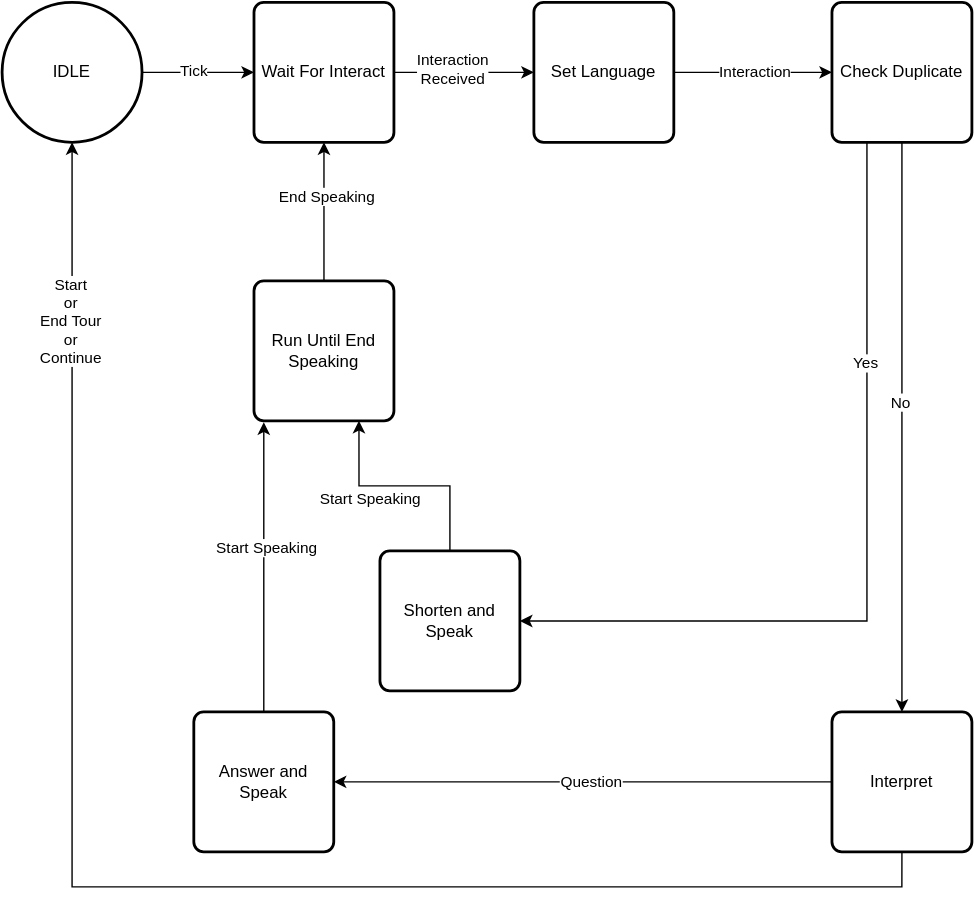
The draw.io diagram src/skills/dialog_skill/images/Dialog_pipeline.drawio.svg in convince-project/UC3, before a commit. Source tidied: cells renumbered, new cells last; positions are measured from the earlier drawing's top-left corner, leaving out a move shared by most shapes. Source of this version:
```xml
<mxGraphModel>
  <root>
    <mxCell id="0" />
    <mxCell id="1" parent="0" />
    <mxCell id="2" style="edgeStyle=orthogonalEdgeStyle;rounded=0;jettySize=auto;html=1;" parent="1" edge="1" source="4" target="7">
      <mxGeometry relative="1" as="geometry" />
    </mxCell>
    <mxCell id="3" value="Tick" style="edgeLabel;html=1;align=center;verticalAlign=middle;" parent="2" vertex="1">
      <mxGeometry x="-0.1" y="1" relative="1" as="geometry" />
    </mxCell>
    <mxCell id="4" value="IDLE" style="strokeWidth=2;html=1;shape=mxgraph.flowchart.start_2;whiteSpace=wrap;" parent="1" vertex="1">
      <mxGeometry width="100" height="100" as="geometry" />
    </mxCell>
    <mxCell id="5" style="edgeStyle=orthogonalEdgeStyle;rounded=0;jettySize=auto;html=1;" parent="1" edge="1" source="26" target="12">
      <mxGeometry relative="1" as="geometry" />
    </mxCell>
    <mxCell id="6" value="Interaction" style="edgeLabel;html=1;align=center;verticalAlign=middle;" parent="5" vertex="1">
      <mxGeometry x="0.02" relative="1" as="geometry" />
    </mxCell>
    <mxCell id="7" value="Wait For Interact" style="rounded=1;whiteSpace=wrap;html=1;absoluteArcSize=1;arcSize=14;strokeWidth=2;" parent="1" vertex="1">
      <mxGeometry x="180" width="100" height="100" as="geometry" />
    </mxCell>
    <mxCell id="8" style="edgeStyle=orthogonalEdgeStyle;rounded=0;jettySize=auto;html=1;" parent="1" edge="1" source="12" target="15">
      <mxGeometry relative="1" as="geometry" />
    </mxCell>
    <mxCell id="9" value="No" style="edgeLabel;html=1;align=center;verticalAlign=middle;" parent="8" vertex="1">
      <mxGeometry x="-0.09" y="-1" relative="1" as="geometry" />
    </mxCell>
    <mxCell id="10" style="edgeStyle=orthogonalEdgeStyle;rounded=0;jettySize=auto;html=1;exitX=0.25;exitY=1;exitDx=0;exitDy=0;entryX=1;entryY=0.5;entryDx=0;entryDy=0;" parent="1" edge="1" source="12" target="16">
      <mxGeometry relative="1" as="geometry" />
    </mxCell>
    <mxCell id="11" value="Yes" style="edgeLabel;html=1;align=center;verticalAlign=middle;" parent="10" vertex="1">
      <mxGeometry x="-0.47" y="-1" relative="1" as="geometry" />
    </mxCell>
    <mxCell id="12" value="Check Duplicate" style="rounded=1;whiteSpace=wrap;html=1;absoluteArcSize=1;arcSize=14;strokeWidth=2;" parent="1" vertex="1">
      <mxGeometry x="593" width="100" height="100" as="geometry" />
    </mxCell>
    <mxCell id="13" style="edgeStyle=orthogonalEdgeStyle;rounded=0;jettySize=auto;html=1;" parent="1" edge="1" source="15" target="17">
      <mxGeometry relative="1" as="geometry" />
    </mxCell>
    <mxCell id="14" value="Question" style="edgeLabel;html=1;align=center;verticalAlign=middle;" parent="13" vertex="1">
      <mxGeometry x="-0.04" relative="1" as="geometry" />
    </mxCell>
    <mxCell id="15" value="Interpret" style="rounded=1;whiteSpace=wrap;html=1;absoluteArcSize=1;arcSize=14;strokeWidth=2;" parent="1" vertex="1">
      <mxGeometry x="593" y="507" width="100" height="100" as="geometry" />
    </mxCell>
    <mxCell id="16" value="Shorten and Speak" style="rounded=1;whiteSpace=wrap;html=1;absoluteArcSize=1;arcSize=14;strokeWidth=2;" parent="1" vertex="1">
      <mxGeometry x="270" y="392" width="100" height="100" as="geometry" />
    </mxCell>
    <mxCell id="17" value="Answer and Speak" style="rounded=1;whiteSpace=wrap;html=1;absoluteArcSize=1;arcSize=14;strokeWidth=2;" parent="1" vertex="1">
      <mxGeometry x="137" y="507" width="100" height="100" as="geometry" />
    </mxCell>
    <mxCell id="18" style="edgeStyle=orthogonalEdgeStyle;rounded=0;jettySize=auto;html=1;entryX=0.5;entryY=1;entryDx=0;entryDy=0;" parent="1" edge="1" source="29" target="7">
      <mxGeometry relative="1" as="geometry" />
    </mxCell>
    <mxCell id="19" value="End Speaking" style="edgeLabel;html=1;align=center;verticalAlign=middle;" parent="18" vertex="1">
      <mxGeometry x="0.23" y="-2" relative="1" as="geometry" />
    </mxCell>
    <mxCell id="20" style="edgeStyle=orthogonalEdgeStyle;rounded=0;jettySize=auto;html=1;entryX=0.75;entryY=1;entryDx=0;entryDy=0;" parent="1" edge="1" source="16" target="29">
      <mxGeometry relative="1" as="geometry" />
    </mxCell>
    <mxCell id="21" value="Start Speaking" style="edgeLabel;html=1;align=center;verticalAlign=middle;" parent="20" vertex="1">
      <mxGeometry x="0.32" relative="1" as="geometry">
        <mxPoint y="9" as="offset" />
      </mxGeometry>
    </mxCell>
    <mxCell id="22" style="edgeStyle=orthogonalEdgeStyle;rounded=0;jettySize=auto;html=1;entryX=0.5;entryY=1;entryDx=0;entryDy=0;entryPerimeter=0;exitX=0.5;exitY=1;exitDx=0;exitDy=0;" parent="1" edge="1" source="15" target="4">
      <mxGeometry relative="1" as="geometry">
        <Array as="points">
          <mxPoint x="643" y="632" />
          <mxPoint x="50" y="632" />
        </Array>
      </mxGeometry>
    </mxCell>
    <mxCell id="23" value="&lt;div&gt;Start&lt;/div&gt;&lt;div&gt;or&lt;/div&gt;&lt;div&gt;End Tour&lt;/div&gt;&lt;div&gt;or&lt;/div&gt;&lt;div&gt;Continue&lt;/div&gt;" style="edgeLabel;html=1;align=center;verticalAlign=middle;" parent="22" vertex="1">
      <mxGeometry x="0.78" y="1" relative="1" as="geometry" />
    </mxCell>
    <mxCell id="24" style="edgeStyle=orthogonalEdgeStyle;rounded=0;jettySize=auto;html=1;" parent="1" edge="1" source="7" target="26">
      <mxGeometry relative="1" as="geometry" />
    </mxCell>
    <mxCell id="25" value="&lt;div&gt;Interaction&lt;/div&gt;&lt;div&gt;Received&lt;/div&gt;" style="edgeLabel;html=1;align=center;verticalAlign=middle;" parent="24" vertex="1">
      <mxGeometry x="-0.16" y="2" relative="1" as="geometry" />
    </mxCell>
    <mxCell id="26" value="Set Language" style="rounded=1;whiteSpace=wrap;html=1;absoluteArcSize=1;arcSize=14;strokeWidth=2;" parent="1" vertex="1">
      <mxGeometry x="380" width="100" height="100" as="geometry" />
    </mxCell>
    <mxCell id="27" style="edgeStyle=orthogonalEdgeStyle;rounded=0;jettySize=auto;html=1;entryX=0.07;entryY=1.01;entryDx=0;entryDy=0;entryPerimeter=0;" parent="1" edge="1" source="17" target="29">
      <mxGeometry relative="1" as="geometry" />
    </mxCell>
    <mxCell id="28" value="Start Speaking" style="edgeLabel;html=1;align=center;verticalAlign=middle;" parent="27" vertex="1">
      <mxGeometry x="0.14" y="-2" relative="1" as="geometry" />
    </mxCell>
    <mxCell id="29" value="Run Until End Speaking" style="rounded=1;whiteSpace=wrap;html=1;absoluteArcSize=1;arcSize=14;strokeWidth=2;" parent="1" vertex="1">
      <mxGeometry x="180" y="199" width="100" height="100" as="geometry" />
    </mxCell>
  </root>
</mxGraphModel>
```
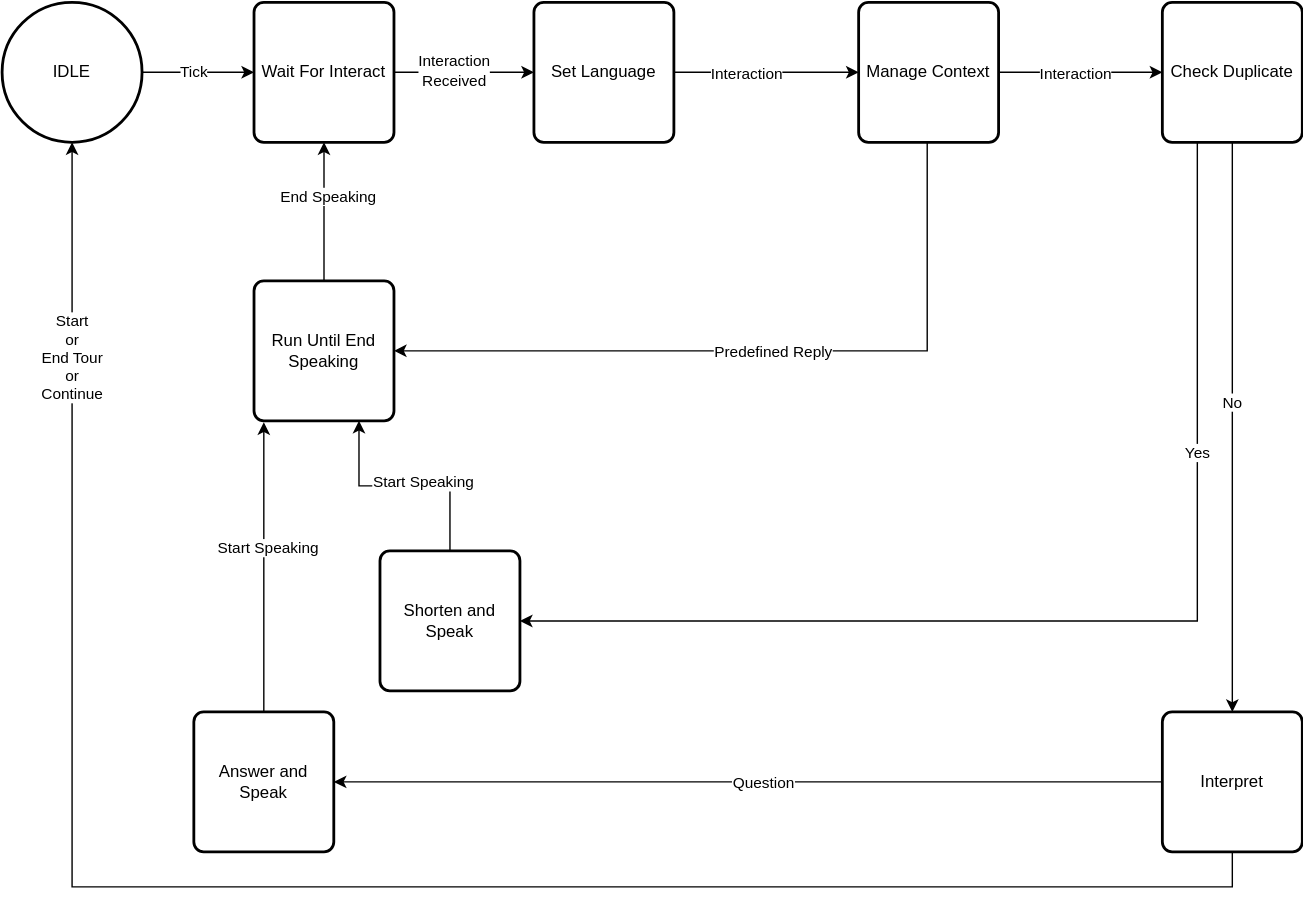
The same diagram one commit later.

The edit, as a diff of the source:
```diff
@@ -11,11 +11,13 @@
     <mxCell id="4" value="IDLE" style="strokeWidth=2;html=1;shape=mxgraph.flowchart.start_2;whiteSpace=wrap;" parent="1" vertex="1">
       <mxGeometry width="100" height="100" as="geometry" />
     </mxCell>
-    <mxCell id="5" style="edgeStyle=orthogonalEdgeStyle;rounded=0;jettySize=auto;html=1;" parent="1" edge="1" source="26" target="12">
+    <mxCell id="5" style="edgeStyle=orthogonalEdgeStyle;rounded=0;jettySize=auto;html=1;" parent="1" edge="1" source="34" target="12">
       <mxGeometry relative="1" as="geometry" />
     </mxCell>
     <mxCell id="6" value="Interaction" style="edgeLabel;html=1;align=center;verticalAlign=middle;" parent="5" vertex="1">
-      <mxGeometry x="0.02" relative="1" as="geometry" />
+      <mxGeometry x="0.02" relative="1" as="geometry">
+        <mxPoint x="-6" as="offset" />
+      </mxGeometry>
     </mxCell>
     <mxCell id="7" value="Wait For Interact" style="rounded=1;whiteSpace=wrap;html=1;absoluteArcSize=1;arcSize=14;strokeWidth=2;" parent="1" vertex="1">
       <mxGeometry x="180" width="100" height="100" as="geometry" />
@@ -33,7 +35,7 @@
       <mxGeometry x="-0.47" y="-1" relative="1" as="geometry" />
     </mxCell>
     <mxCell id="12" value="Check Duplicate" style="rounded=1;whiteSpace=wrap;html=1;absoluteArcSize=1;arcSize=14;strokeWidth=2;" parent="1" vertex="1">
-      <mxGeometry x="593" width="100" height="100" as="geometry" />
+      <mxGeometry x="829" width="100" height="100" as="geometry" />
     </mxCell>
     <mxCell id="13" style="edgeStyle=orthogonalEdgeStyle;rounded=0;jettySize=auto;html=1;" parent="1" edge="1" source="15" target="17">
       <mxGeometry relative="1" as="geometry" />
@@ -42,7 +44,7 @@
       <mxGeometry x="-0.04" relative="1" as="geometry" />
     </mxCell>
     <mxCell id="15" value="Interpret" style="rounded=1;whiteSpace=wrap;html=1;absoluteArcSize=1;arcSize=14;strokeWidth=2;" parent="1" vertex="1">
-      <mxGeometry x="593" y="507" width="100" height="100" as="geometry" />
+      <mxGeometry x="829" y="507" width="100" height="100" as="geometry" />
     </mxCell>
     <mxCell id="16" value="Shorten and Speak" style="rounded=1;whiteSpace=wrap;html=1;absoluteArcSize=1;arcSize=14;strokeWidth=2;" parent="1" vertex="1">
       <mxGeometry x="270" y="392" width="100" height="100" as="geometry" />
@@ -61,13 +63,13 @@
     </mxCell>
     <mxCell id="21" value="Start Speaking" style="edgeLabel;html=1;align=center;verticalAlign=middle;" parent="20" vertex="1">
       <mxGeometry x="0.32" relative="1" as="geometry">
-        <mxPoint y="9" as="offset" />
+        <mxPoint x="39" y="-3" as="offset" />
       </mxGeometry>
     </mxCell>
     <mxCell id="22" style="edgeStyle=orthogonalEdgeStyle;rounded=0;jettySize=auto;html=1;entryX=0.5;entryY=1;entryDx=0;entryDy=0;entryPerimeter=0;exitX=0.5;exitY=1;exitDx=0;exitDy=0;" parent="1" edge="1" source="15" target="4">
       <mxGeometry relative="1" as="geometry">
         <Array as="points">
-          <mxPoint x="643" y="632" />
+          <mxPoint x="879" y="632" />
           <mxPoint x="50" y="632" />
         </Array>
       </mxGeometry>
@@ -93,5 +95,28 @@
     <mxCell id="29" value="Run Until End Speaking" style="rounded=1;whiteSpace=wrap;html=1;absoluteArcSize=1;arcSize=14;strokeWidth=2;" parent="1" vertex="1">
       <mxGeometry x="180" y="199" width="100" height="100" as="geometry" />
     </mxCell>
+    <mxCell id="30" style="edgeStyle=orthogonalEdgeStyle;rounded=0;jettySize=auto;html=1;" parent="1" edge="1" source="26" target="34">
+      <mxGeometry relative="1" as="geometry" />
+    </mxCell>
+    <mxCell id="31" value="&lt;div&gt;Interaction&lt;/div&gt;" style="edgeLabel;html=1;align=center;verticalAlign=middle;" parent="30" vertex="1">
+      <mxGeometry x="-0.23" y="-3" relative="1" as="geometry">
+        <mxPoint y="-3" as="offset" />
+      </mxGeometry>
+    </mxCell>
+    <mxCell id="32" style="edgeStyle=orthogonalEdgeStyle;rounded=0;jettySize=auto;html=1;entryX=1;entryY=0.5;entryDx=0;entryDy=0;exitX=0.5;exitY=1;exitDx=0;exitDy=0;" parent="1" edge="1" source="34" target="29">
+      <mxGeometry relative="1" as="geometry">
+        <Array as="points">
+          <mxPoint x="661" y="249" />
+        </Array>
+      </mxGeometry>
+    </mxCell>
+    <mxCell id="33" value="&lt;div&gt;Predefined Reply&lt;/div&gt;" style="edgeLabel;html=1;align=center;verticalAlign=middle;" parent="32" vertex="1">
+      <mxGeometry x="-0.04" y="2" relative="1" as="geometry">
+        <mxPoint x="-6" y="-2" as="offset" />
+      </mxGeometry>
+    </mxCell>
+    <mxCell id="34" value="Manage Context" style="rounded=1;whiteSpace=wrap;html=1;absoluteArcSize=1;arcSize=14;strokeWidth=2;" parent="1" vertex="1">
+      <mxGeometry x="612" width="100" height="100" as="geometry" />
+    </mxCell>
   </root>
 </mxGraphModel>
```
